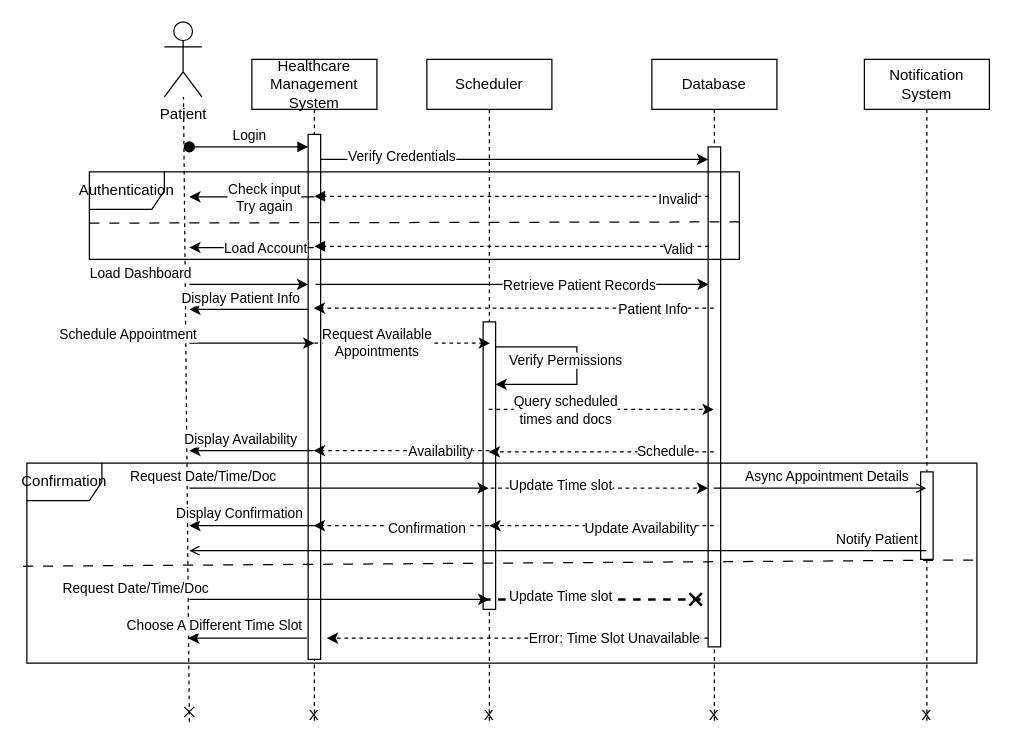
This is SequenceDiag.drawio from micahsellis/UMLs, a draw.io file, before an edit. Source tidied: cells renumbered, new cells numbered last; positions are measured from the earlier drawing's top-left corner, leaving out a move shared by most shapes. Both pictures are drawn from the tidied source at 125%, with x=0, y=0 at pixel (22, 21).
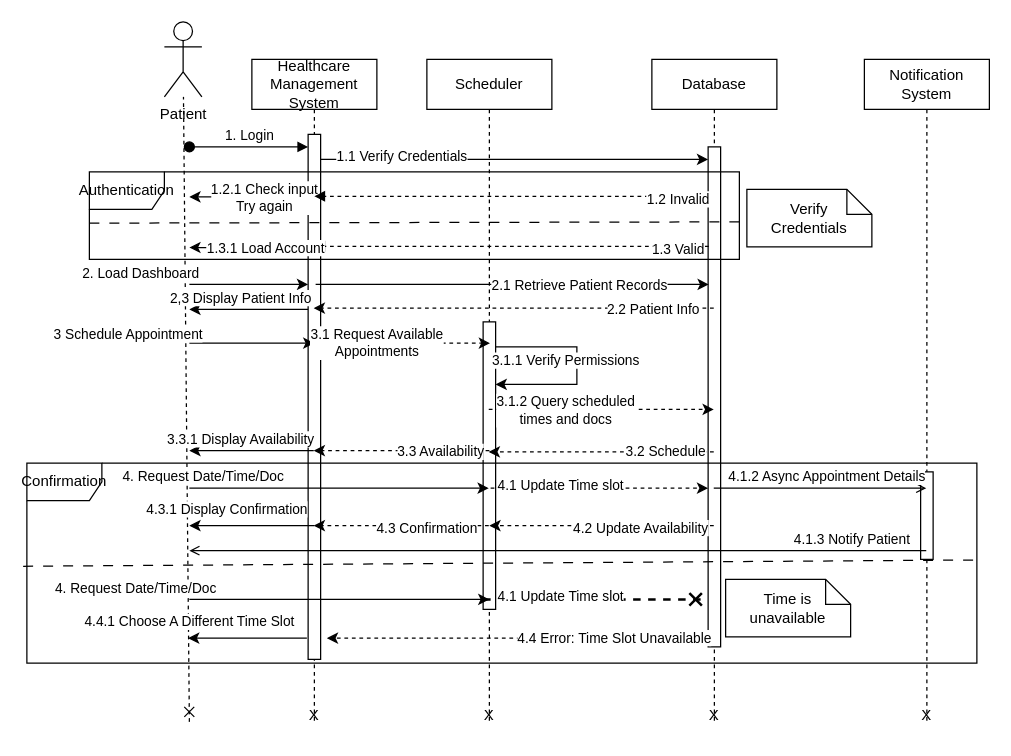
The same page after the edit.

The change refers to these unchanged cells:
```xml
<mxCell id="4" style="endArrow=none;html=1;rounded=0;startArrow=classic;startFill=1;endFill=0;" parent="2" edge="1" source="3" target="3">
  <mxGeometry relative="1" as="geometry">
    <Array as="points">
      <mxPoint x="120" y="260" />
      <mxPoint x="120" y="230" />
    </Array>
  </mxGeometry>
</mxCell>
<mxCell id="11" value="Healthcare Management System" style="shape=umlLifeline;perimeter=lifelinePerimeter;whiteSpace=wrap;html=1;newEdgeStyle={&quot;edgeStyle&quot;:&quot;elbowEdgeStyle&quot;,&quot;elbow&quot;:&quot;vertical&quot;,&quot;curved&quot;:0,&quot;rounded&quot;:0};" parent="1" vertex="1">
  <mxGeometry x="183" y="30" width="100" height="530" as="geometry" />
</mxCell>
<mxCell id="12" style="html=1;points=[];perimeter=orthogonalPerimeter;outlineConnect=0;targetShapes=umlLifeline;portConstraint=eastwest;newEdgeStyle={&quot;edgeStyle&quot;:&quot;elbowEdgeStyle&quot;,&quot;elbow&quot;:&quot;vertical&quot;,&quot;curved&quot;:0,&quot;rounded&quot;:0};" parent="11" vertex="1">
  <mxGeometry x="45" y="60" width="10" height="420" as="geometry" />
</mxCell>
<mxCell id="14" style="endArrow=classic;html=1;rounded=0;" parent="1" edge="1">
  <mxGeometry relative="1" as="geometry">
    <mxPoint x="238" y="110" as="sourcePoint" />
    <mxPoint x="548" y="110" as="targetPoint" />
  </mxGeometry>
</mxCell>
<mxCell id="19" style="endArrow=classic;html=1;rounded=0;" parent="1" edge="1">
  <mxGeometry relative="1" as="geometry">
    <mxPoint x="232.5" y="180.5" as="sourcePoint" />
    <mxPoint x="133" y="180.5" as="targetPoint" />
  </mxGeometry>
</mxCell>
<mxCell id="21" style="endArrow=classic;html=1;rounded=0;" parent="1" edge="1">
  <mxGeometry relative="1" as="geometry">
    <mxPoint x="233" y="140" as="sourcePoint" />
    <mxPoint x="133" y="140" as="targetPoint" />
  </mxGeometry>
</mxCell>
<mxCell id="24" style="endArrow=classic;html=1;rounded=0;" parent="1" edge="1">
  <mxGeometry relative="1" as="geometry">
    <mxPoint x="234" y="210" as="sourcePoint" />
    <mxPoint x="548.5" y="210" as="targetPoint" />
  </mxGeometry>
</mxCell>
<mxCell id="26" style="endArrow=classic;html=1;rounded=0;" parent="1" edge="1" target="12">
  <mxGeometry relative="1" as="geometry">
    <mxPoint x="133" y="210" as="sourcePoint" />
  </mxGeometry>
</mxCell>
<mxCell id="28" style="endArrow=classic;html=1;rounded=0;dashed=1;" parent="1" edge="1">
  <mxGeometry relative="1" as="geometry">
    <mxPoint x="552.5" y="229" as="sourcePoint" />
    <mxPoint x="232.5" y="229" as="targetPoint" />
  </mxGeometry>
</mxCell>
<mxCell id="30" style="endArrow=classic;html=1;rounded=0;" parent="1" edge="1" source="12">
  <mxGeometry relative="1" as="geometry">
    <mxPoint x="133" y="230" as="targetPoint" />
  </mxGeometry>
</mxCell>
<mxCell id="32" style="endArrow=classic;html=1;rounded=0;" parent="1" edge="1">
  <mxGeometry relative="1" as="geometry">
    <mxPoint x="133" y="257" as="sourcePoint" />
    <mxPoint x="233" y="257" as="targetPoint" />
  </mxGeometry>
</mxCell>
<mxCell id="35" style="endArrow=classic;html=1;rounded=0;dashed=1;" parent="1" edge="1">
  <mxGeometry relative="1" as="geometry">
    <mxPoint x="372.5" y="310" as="sourcePoint" />
    <mxPoint x="552.5" y="310" as="targetPoint" />
  </mxGeometry>
</mxCell>
<mxCell id="37" style="endArrow=classic;html=1;rounded=0;dashed=1;" parent="1" edge="1">
  <mxGeometry relative="1" as="geometry">
    <mxPoint x="552.5" y="344" as="sourcePoint" />
    <mxPoint x="372.5" y="344" as="targetPoint" />
  </mxGeometry>
</mxCell>
<mxCell id="39" style="endArrow=classic;html=1;rounded=0;dashed=1;" parent="1" edge="1">
  <mxGeometry relative="1" as="geometry">
    <mxPoint x="373" y="343" as="sourcePoint" />
    <mxPoint x="232.5" y="343" as="targetPoint" />
  </mxGeometry>
</mxCell>
<mxCell id="41" style="endArrow=classic;html=1;rounded=0;" parent="1" edge="1">
  <mxGeometry relative="1" as="geometry">
    <mxPoint x="232.5" y="343" as="sourcePoint" />
    <mxPoint x="133" y="343" as="targetPoint" />
  </mxGeometry>
</mxCell>
<mxCell id="43" style="endArrow=classic;html=1;rounded=0;" parent="1" edge="1">
  <mxGeometry relative="1" as="geometry">
    <mxPoint x="133" y="373" as="sourcePoint" />
    <mxPoint x="372.5" y="373" as="targetPoint" />
  </mxGeometry>
</mxCell>
<mxCell id="45" style="endArrow=classic;html=1;rounded=0;dashed=1;" parent="1" edge="1">
  <mxGeometry relative="1" as="geometry">
    <mxPoint x="368" y="373" as="sourcePoint" />
    <mxPoint x="548" y="373" as="targetPoint" />
  </mxGeometry>
</mxCell>
<mxCell id="47" style="endArrow=classic;html=1;rounded=0;dashed=1;" parent="1" edge="1">
  <mxGeometry relative="1" as="geometry">
    <mxPoint x="552.5" y="403" as="sourcePoint" />
    <mxPoint x="373" y="403" as="targetPoint" />
  </mxGeometry>
</mxCell>
<mxCell id="49" style="endArrow=classic;html=1;rounded=0;dashed=1;" parent="1" edge="1">
  <mxGeometry relative="1" as="geometry">
    <mxPoint x="372.5" y="403" as="sourcePoint" />
    <mxPoint x="232.5" y="403" as="targetPoint" />
  </mxGeometry>
</mxCell>
<mxCell id="52" style="endArrow=open;html=1;rounded=0;endFill=0;" parent="1" edge="1">
  <mxGeometry relative="1" as="geometry">
    <mxPoint x="552.5" y="373" as="sourcePoint" />
    <mxPoint x="722.5" y="373" as="targetPoint" />
  </mxGeometry>
</mxCell>
<mxCell id="54" style="endArrow=open;html=1;rounded=0;endFill=0;" parent="1" edge="1">
  <mxGeometry relative="1" as="geometry">
    <mxPoint x="722.5" y="423" as="sourcePoint" />
    <mxPoint x="133" y="423" as="targetPoint" />
  </mxGeometry>
</mxCell>
<mxCell id="58" style="endArrow=classic;html=1;rounded=0;" parent="1" edge="1">
  <mxGeometry relative="1" as="geometry">
    <mxPoint x="133" y="462" as="sourcePoint" />
    <mxPoint x="373" y="462" as="targetPoint" />
  </mxGeometry>
</mxCell>
<mxCell id="60" style="endArrow=cross;html=1;rounded=0;dashed=1;endFill=0;endSize=7;strokeWidth=2;" parent="1" edge="1">
  <mxGeometry relative="1" as="geometry">
    <mxPoint x="368" y="462" as="sourcePoint" />
    <mxPoint x="548" y="462" as="targetPoint" />
  </mxGeometry>
</mxCell>
```

Change to the diagram source:
```diff
@@
-    <mxCell id="5" value="Verify Permissions" style="edgeLabel;html=1;align=center;verticalAlign=middle;" parent="4" vertex="1">
+    <mxCell id="5" value="3.1.1 Verify Permissions" style="edgeLabel;html=1;align=center;verticalAlign=middle;" parent="4" vertex="1">
       <mxGeometry x="-0.31" y="-2" relative="1" as="geometry">
         <mxPoint y="-22" as="offset" />
       </mxGeometry>
     </mxCell>
@@
-    <mxCell id="13" value="Login" style="html=1;verticalAlign=bottom;startArrow=oval;endArrow=block;startSize=8;edgeStyle=elbowEdgeStyle;elbow=vertical;curved=0;rounded=0;" parent="11" edge="1" target="12">
+    <mxCell id="13" value="1. Login" style="html=1;verticalAlign=bottom;startArrow=oval;endArrow=block;startSize=8;edgeStyle=elbowEdgeStyle;elbow=vertical;curved=0;rounded=0;" parent="11" edge="1" target="12">
       <mxGeometry relative="1" as="geometry">
         <mxPoint x="-50" y="70" as="sourcePoint" />
       </mxGeometry>
     </mxCell>
@@
-    <mxCell id="15" value="Verify Credentials" style="edgeLabel;html=1;align=center;verticalAlign=middle;" parent="14" vertex="1">
+    <mxCell id="15" value="1.1 Verify Credentials" style="edgeLabel;html=1;align=center;verticalAlign=middle;" parent="14" vertex="1">
       <mxGeometry x="-0.59" y="3" relative="1" as="geometry" />
     </mxCell>
-    <mxCell id="16" value="Valid" style="html=1;verticalAlign=bottom;endArrow=block;edgeStyle=elbowEdgeStyle;elbow=vertical;curved=0;rounded=0;dashed=1;" parent="1" edge="1">
+    <mxCell id="16" value="1.3 Valid" style="html=1;verticalAlign=bottom;endArrow=block;edgeStyle=elbowEdgeStyle;elbow=vertical;curved=0;rounded=0;dashed=1;" parent="1" edge="1">
       <mxGeometry x="-0.84" y="11" relative="1" as="geometry">
         <mxPoint x="548.5" y="179.5" as="sourcePoint" />
         <mxPoint x="233" y="179.5" as="targetPoint" />
         <Array as="points">
           <mxPoint x="473.5" y="179.5" />
         </Array>
       </mxGeometry>
     </mxCell>
@@
-    <mxCell id="20" value="Load Account" style="edgeLabel;html=1;align=center;verticalAlign=middle;" parent="19" vertex="1">
+    <mxCell id="20" value="1.3.1 Load Account" style="edgeLabel;html=1;align=center;verticalAlign=middle;" parent="19" vertex="1">
       <mxGeometry x="0.36" y="1" relative="1" as="geometry">
         <mxPoint x="29" y="-1" as="offset" />
       </mxGeometry>
     </mxCell>
@@
-    <mxCell id="22" value="Check input &lt;br&gt;Try again" style="edgeLabel;html=1;align=center;verticalAlign=middle;" parent="21" vertex="1">
+    <mxCell id="22" value="1.2.1 Check input &lt;br&gt;Try again" style="edgeLabel;html=1;align=center;verticalAlign=middle;" parent="21" vertex="1">
       <mxGeometry x="-0.45" y="-1" relative="1" as="geometry">
         <mxPoint x="-13" y="1" as="offset" />
       </mxGeometry>
     </mxCell>
@@
-    <mxCell id="25" value="&lt;div&gt;Retrieve Patient Records&lt;/div&gt;" style="edgeLabel;html=1;align=center;verticalAlign=middle;" parent="24" vertex="1">
+    <mxCell id="25" value="2.1 Retrieve Patient Records" style="edgeLabel;html=1;align=center;verticalAlign=middle;" parent="24" vertex="1">
       <mxGeometry x="-0.34" relative="1" as="geometry">
         <mxPoint x="106" as="offset" />
       </mxGeometry>
     </mxCell>
@@
-    <mxCell id="27" value="Load Dashboard" style="edgeLabel;html=1;align=center;verticalAlign=middle;" parent="26" vertex="1">
+    <mxCell id="27" value="2. Load Dashboard" style="edgeLabel;html=1;align=center;verticalAlign=middle;" parent="26" vertex="1">
       <mxGeometry x="-0.24" y="-1" relative="1" as="geometry">
         <mxPoint x="-76" y="-11" as="offset" />
       </mxGeometry>
     </mxCell>
@@
-    <mxCell id="29" value="Patient Info" style="edgeLabel;html=1;align=center;verticalAlign=middle;" parent="28" vertex="1">
+    <mxCell id="29" value="2.2 Patient Info" style="edgeLabel;html=1;align=center;verticalAlign=middle;" parent="28" vertex="1">
       <mxGeometry x="-0.45" y="3" relative="1" as="geometry">
         <mxPoint x="39" y="-3" as="offset" />
       </mxGeometry>
     </mxCell>
@@
-    <mxCell id="31" value="Display Patient Info" style="edgeLabel;html=1;align=center;verticalAlign=middle;" parent="30" vertex="1">
+    <mxCell id="31" value="2,3 Display Patient Info" style="edgeLabel;html=1;align=center;verticalAlign=middle;" parent="30" vertex="1">
       <mxGeometry x="-0.39" y="-2" relative="1" as="geometry">
         <mxPoint x="-26" y="-8" as="offset" />
       </mxGeometry>
     </mxCell>
@@
-    <mxCell id="33" value="Schedule Appointment" style="edgeLabel;html=1;align=center;verticalAlign=middle;" parent="32" vertex="1">
+    <mxCell id="33" value="3 Schedule Appointment" style="edgeLabel;html=1;align=center;verticalAlign=middle;" parent="32" vertex="1">
       <mxGeometry x="-0.2" y="-1" relative="1" as="geometry">
         <mxPoint x="-90" y="-9" as="offset" />
       </mxGeometry>
     </mxCell>
-    <mxCell id="34" value="Request Available&lt;br&gt;Appointments" style="endArrow=classic;html=1;rounded=0;dashed=1;" parent="1" edge="1">
+    <mxCell id="34" value="3.1 Request Available&lt;br&gt;Appointments" style="endArrow=classic;html=1;rounded=0;dashed=1;" parent="1" edge="1">
       <mxGeometry x="-0.29" relative="1" as="geometry">
         <mxPoint x="233" y="257" as="sourcePoint" />
         <mxPoint x="373.5" y="257" as="targetPoint" />
       </mxGeometry>
     </mxCell>
@@
-    <mxCell id="36" value="Query scheduled &lt;br&gt;times and docs" style="edgeLabel;html=1;align=center;verticalAlign=middle;" parent="35" vertex="1">
+    <mxCell id="36" value="3.1.2 Query scheduled &lt;br&gt;times and docs" style="edgeLabel;html=1;align=center;verticalAlign=middle;" parent="35" vertex="1">
       <mxGeometry x="0.38" relative="1" as="geometry">
         <mxPoint x="-63" as="offset" />
       </mxGeometry>
     </mxCell>
@@
-    <mxCell id="38" value="Schedule" style="edgeLabel;html=1;align=center;verticalAlign=middle;" parent="37" vertex="1">
+    <mxCell id="38" value="3.2 Schedule" style="edgeLabel;html=1;align=center;verticalAlign=middle;" parent="37" vertex="1">
       <mxGeometry x="-0.31" y="1" relative="1" as="geometry">
         <mxPoint x="23" y="-2" as="offset" />
       </mxGeometry>
     </mxCell>
@@
-    <mxCell id="40" value="Availability" style="edgeLabel;html=1;align=center;verticalAlign=middle;" parent="39" vertex="1">
+    <mxCell id="40" value="3.3 Availability" style="edgeLabel;html=1;align=center;verticalAlign=middle;" parent="39" vertex="1">
       <mxGeometry x="-0.1" y="-1" relative="1" as="geometry">
         <mxPoint x="23" y="1" as="offset" />
       </mxGeometry>
     </mxCell>
@@
-    <mxCell id="42" value="Display Availability" style="edgeLabel;html=1;align=center;verticalAlign=middle;" parent="41" vertex="1">
+    <mxCell id="42" value="3.3.1 Display Availability" style="edgeLabel;html=1;align=center;verticalAlign=middle;" parent="41" vertex="1">
       <mxGeometry x="0.4" y="-1" relative="1" as="geometry">
         <mxPoint x="11" y="-9" as="offset" />
       </mxGeometry>
     </mxCell>
@@
-    <mxCell id="44" value="Request Date/Time/Doc " style="edgeLabel;html=1;align=center;verticalAlign=middle;" parent="43" vertex="1">
+    <mxCell id="44" value="4. Request Date/Time/Doc " style="edgeLabel;html=1;align=center;verticalAlign=middle;" parent="43" vertex="1">
       <mxGeometry x="-0.38" y="-1" relative="1" as="geometry">
         <mxPoint x="-64" y="-11" as="offset" />
       </mxGeometry>
     </mxCell>
@@
-    <mxCell id="46" value="Update Time slot" style="edgeLabel;html=1;align=center;verticalAlign=middle;" parent="45" vertex="1">
+    <mxCell id="46" value="4.1 Update Time slot" style="edgeLabel;html=1;align=center;verticalAlign=middle;" parent="45" vertex="1">
       <mxGeometry x="0.36" y="3" relative="1" as="geometry">
         <mxPoint x="-61" as="offset" />
       </mxGeometry>
     </mxCell>
@@
-    <mxCell id="48" value="Update Availability" style="edgeLabel;html=1;align=center;verticalAlign=middle;" parent="47" vertex="1">
+    <mxCell id="48" value="4.2 Update Availability" style="edgeLabel;html=1;align=center;verticalAlign=middle;" parent="47" vertex="1">
       <mxGeometry x="-0.53" y="1" relative="1" as="geometry">
         <mxPoint x="-17" as="offset" />
       </mxGeometry>
     </mxCell>
@@
-    <mxCell id="50" value="Confirmation" style="edgeLabel;html=1;align=center;verticalAlign=middle;" parent="49" vertex="1">
+    <mxCell id="50" value="4.3 Confirmation" style="edgeLabel;html=1;align=center;verticalAlign=middle;" parent="49" vertex="1">
       <mxGeometry x="-0.53" y="1" relative="1" as="geometry">
         <mxPoint x="-17" as="offset" />
       </mxGeometry>
     </mxCell>
-    <mxCell id="51" value="Display Confirmation" style="endArrow=classic;html=1;rounded=0;" parent="1" edge="1">
-      <mxGeometry x="0.2" y="-10" relative="1" as="geometry">
+    <mxCell id="51" value="4.3.1 Display Confirmation" style="endArrow=classic;html=1;rounded=0;" parent="1" edge="1">
+      <mxGeometry x="0.4" y="-13" relative="1" as="geometry">
         <mxPoint x="233" y="403" as="sourcePoint" />
         <mxPoint x="133" y="403" as="targetPoint" />
       </mxGeometry>
     </mxCell>
@@
-    <mxCell id="53" value="Async Appointment Details" style="edgeLabel;html=1;align=center;verticalAlign=middle;" parent="52" vertex="1">
+    <mxCell id="53" value="4.1.2 Async Appointment Details" style="edgeLabel;html=1;align=center;verticalAlign=middle;" parent="52" vertex="1">
       <mxGeometry x="-0.23" relative="1" as="geometry">
         <mxPoint x="25" y="-10" as="offset" />
       </mxGeometry>
     </mxCell>
@@
-    <mxCell id="55" value="Notify Patient " style="edgeLabel;html=1;align=center;verticalAlign=middle;" parent="54" vertex="1">
+    <mxCell id="55" value="4.1.3 Notify Patient " style="edgeLabel;html=1;align=center;verticalAlign=middle;" parent="54" vertex="1">
       <mxGeometry x="-0.76" y="1" relative="1" as="geometry">
-        <mxPoint x="31" y="-11" as="offset" />
+        <mxPoint x="11" y="-11" as="offset" />
       </mxGeometry>
     </mxCell>
@@
-    <mxCell id="59" value="Request Date/Time/Doc " style="edgeLabel;html=1;align=center;verticalAlign=middle;" parent="58" vertex="1">
+    <mxCell id="59" value="4. Request Date/Time/Doc " style="edgeLabel;html=1;align=center;verticalAlign=middle;" parent="58" vertex="1">
       <mxGeometry x="-0.38" y="-1" relative="1" as="geometry">
         <mxPoint x="-118" y="-11" as="offset" />
       </mxGeometry>
     </mxCell>
@@
-    <mxCell id="61" value="Update Time slot" style="edgeLabel;html=1;align=center;verticalAlign=middle;" parent="60" vertex="1">
+    <mxCell id="61" value="4.1 Update Time slot" style="edgeLabel;html=1;align=center;verticalAlign=middle;" parent="60" vertex="1">
       <mxGeometry x="0.36" y="3" relative="1" as="geometry">
         <mxPoint x="-61" as="offset" />
       </mxGeometry>
     </mxCell>
-    <mxCell id="62" value="Error: Time Slot Unavailable" style="endArrow=classic;html=1;rounded=0;dashed=1;" parent="1" edge="1">
+    <mxCell id="62" value="4.4 Error: Time Slot Unavailable" style="endArrow=classic;html=1;rounded=0;dashed=1;" parent="1" edge="1">
       <mxGeometry x="-0.51" relative="1" as="geometry">
         <mxPoint x="548" y="493" as="sourcePoint" />
         <mxPoint x="243" y="493" as="targetPoint" />
       </mxGeometry>
     </mxCell>
-    <mxCell id="63" value="Choose A Different Time Slot" style="endArrow=classic;html=1;rounded=0;" parent="1" edge="1">
-      <mxGeometry x="0.56" y="-10" relative="1" as="geometry">
+    <mxCell id="63" value="4.4.1 Choose A Different Time Slot" style="endArrow=classic;html=1;rounded=0;" parent="1" edge="1">
+      <mxGeometry x="0.98" y="-13" relative="1" as="geometry">
         <mxPoint x="227" y="493" as="sourcePoint" />
         <mxPoint x="132" y="493" as="targetPoint" />
       </mxGeometry>
     </mxCell>
@@
-    <mxCell id="68" value="Invalid" style="html=1;verticalAlign=bottom;endArrow=block;edgeStyle=elbowEdgeStyle;elbow=vertical;curved=0;rounded=0;dashed=1;" parent="1" edge="1">
+    <mxCell id="68" value="1.2 Invalid" style="html=1;verticalAlign=bottom;endArrow=block;edgeStyle=elbowEdgeStyle;elbow=vertical;curved=0;rounded=0;dashed=1;" parent="1" edge="1">
       <mxGeometry x="-0.84" y="11" relative="1" as="geometry">
         <mxPoint x="548.5" y="139.5" as="sourcePoint" />
         <mxPoint x="233" y="139.5" as="targetPoint" />
         <Array as="points">
           <mxPoint x="473.5" y="139.5" />
         </Array>
       </mxGeometry>
     </mxCell>
+    <mxCell id="69" value="Time is&lt;br&gt;unavailable" style="shape=note;size=20;whiteSpace=wrap;html=1;" parent="1" vertex="1">
+      <mxGeometry x="562" y="446" width="100" height="46" as="geometry" />
+    </mxCell>
+    <mxCell id="70" value="Verify &lt;br&gt;Credentials" style="shape=note;size=20;whiteSpace=wrap;html=1;" parent="1" vertex="1">
+      <mxGeometry x="579" y="134" width="100" height="46" as="geometry" />
+    </mxCell>
```
